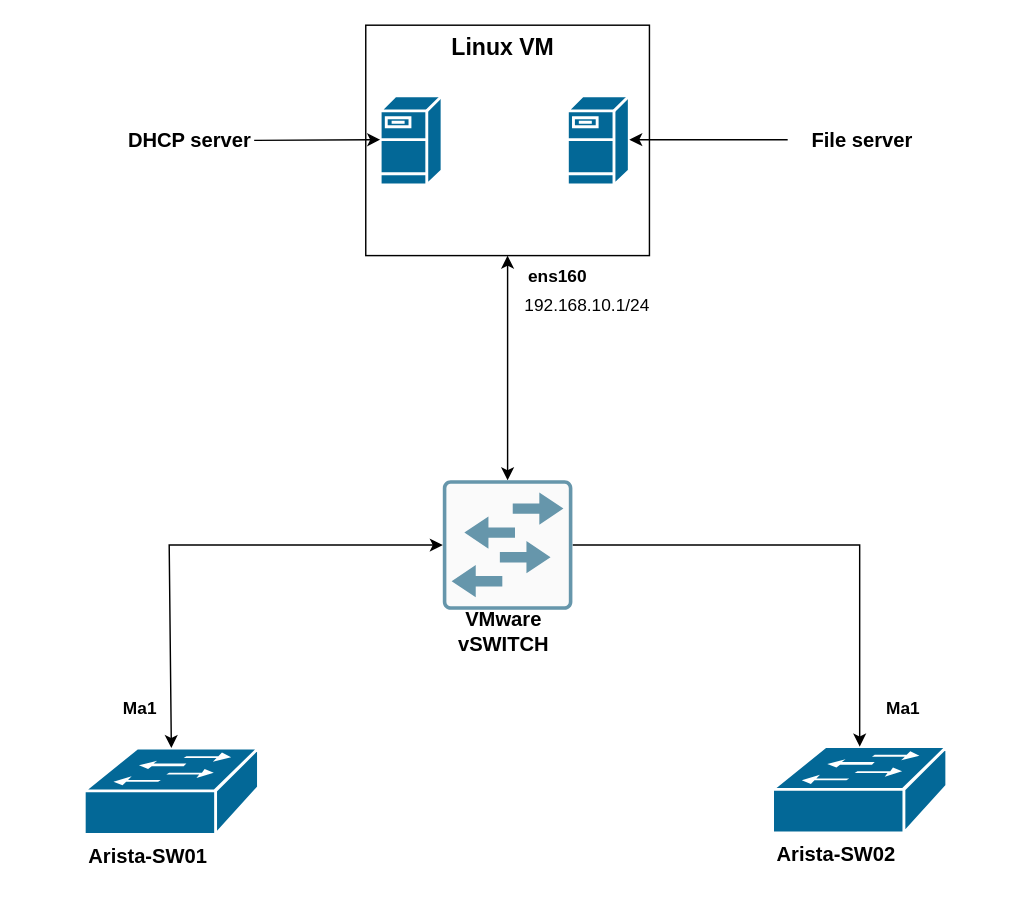
The draw.io diagram ZTP Provisioning for Arista/Arista_ZTP_diagram.drawio in OpentekyLab/Networking, before the edit. Source tidied: cells renumbered, new cells numbered last; positions are measured from the earlier drawing's top-left corner, leaving out a move shared by most shapes. Both pictures are drawn from the tidied source at 144%, with x=0, y=0 at pixel (84, 24).
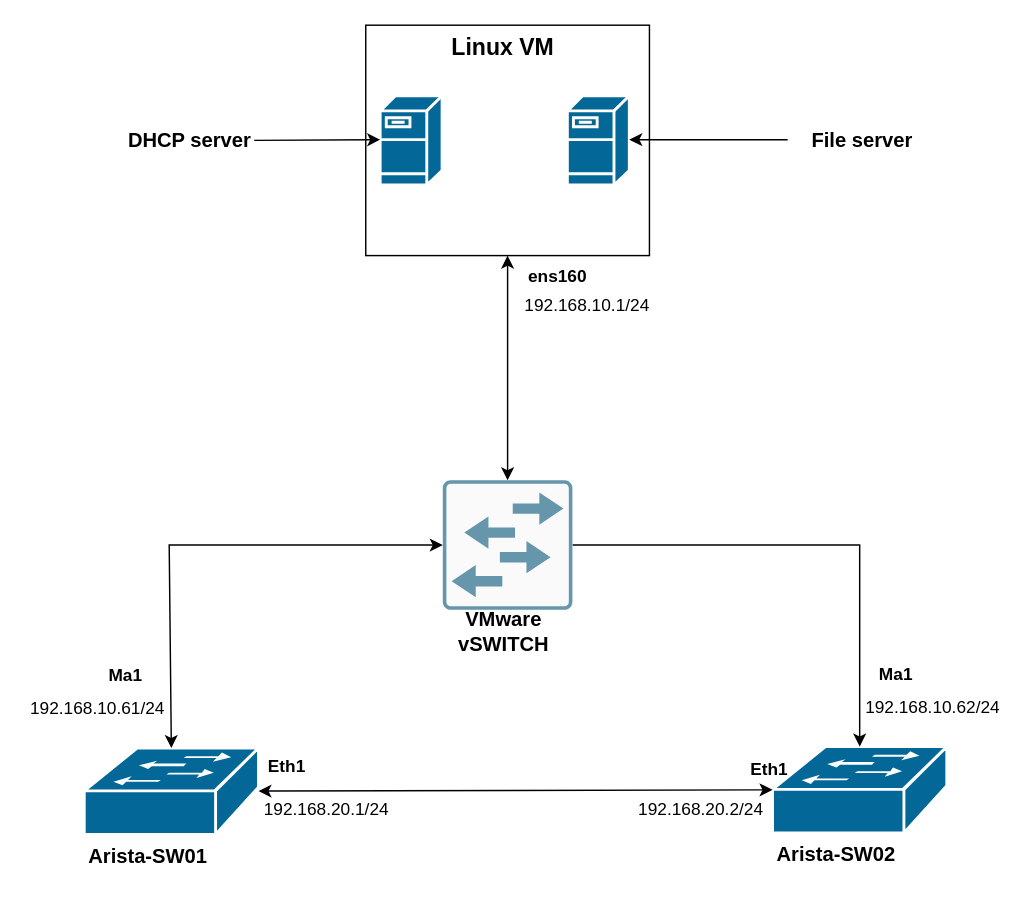
After the change.

The change refers to these unchanged cells:
```xml
<mxCell id="3" style="shape=mxgraph.cisco.switches.workgroup_switch;sketch=0;html=1;dashed=0;fillColor=#036897;strokeColor=#ffffff;strokeWidth=2;verticalLabelPosition=bottom;verticalAlign=top;align=center;outlineConnect=0;" parent="1" vertex="1">
  <mxGeometry y="502" width="121" height="60" as="geometry" />
</mxCell>
<mxCell id="4" style="shape=mxgraph.cisco.switches.workgroup_switch;sketch=0;html=1;dashed=0;fillColor=#036897;strokeColor=#ffffff;strokeWidth=2;verticalLabelPosition=bottom;verticalAlign=top;align=center;outlineConnect=0;" parent="1" vertex="1">
  <mxGeometry x="478" y="501" width="121" height="60" as="geometry" />
</mxCell>
```

The edit, as a diff of the source:
```diff
@@
     <mxCell id="20" value="&lt;b&gt;Ma1&lt;/b&gt;" style="text;strokeColor=none;align=center;fillColor=none;html=1;verticalAlign=middle;whiteSpace=wrap;rounded=0;" parent="1" vertex="1">
-      <mxGeometry x="9" y="460" width="60" height="30" as="geometry" />
+      <mxGeometry x="-1" y="439" width="60" height="26" as="geometry" />
     </mxCell>
     <mxCell id="21" value="&lt;b&gt;Ma1&lt;/b&gt;" style="text;strokeColor=none;align=center;fillColor=none;html=1;verticalAlign=middle;whiteSpace=wrap;rounded=0;" parent="1" vertex="1">
-      <mxGeometry x="539" y="460" width="60" height="30" as="geometry" />
+      <mxGeometry x="539" y="436" width="50" height="30" as="geometry" />
     </mxCell>
@@
+    <mxCell id="23" style="endArrow=classic;startArrow=classic;html=1;rounded=0;entryX=0;entryY=0.5;entryDx=0;entryDy=0;entryPerimeter=0;" parent="1" edge="1" source="3" target="4">
+      <mxGeometry relative="1" as="geometry" />
+    </mxCell>
+    <mxCell id="24" value="&lt;b&gt;Eth1&lt;/b&gt;" style="text;strokeColor=none;align=center;fillColor=none;html=1;verticalAlign=middle;whiteSpace=wrap;rounded=0;" parent="1" vertex="1">
+      <mxGeometry x="121" y="500" width="40" height="30" as="geometry" />
+    </mxCell>
+    <mxCell id="25" value="&lt;b&gt;Eth1&lt;/b&gt;" style="text;strokeColor=none;align=center;fillColor=none;html=1;verticalAlign=middle;whiteSpace=wrap;rounded=0;" parent="1" vertex="1">
+      <mxGeometry x="456" y="502" width="40" height="30" as="geometry" />
+    </mxCell>
+    <mxCell id="26" value="192.168.10.62/24" style="text;strokeColor=none;align=center;fillColor=none;html=1;verticalAlign=middle;whiteSpace=wrap;rounded=0;" parent="1" vertex="1">
+      <mxGeometry x="539" y="459" width="100.5" height="30" as="geometry" />
+    </mxCell>
+    <mxCell id="27" value="192.168.10.61/24" style="text;strokeColor=none;align=center;fillColor=none;html=1;verticalAlign=middle;whiteSpace=wrap;rounded=0;" parent="1" vertex="1">
+      <mxGeometry x="-41.5" y="460" width="100.5" height="30" as="geometry" />
+    </mxCell>
+    <mxCell id="28" value="192.168.20.2/24" style="text;strokeColor=none;align=center;fillColor=none;html=1;verticalAlign=middle;whiteSpace=wrap;rounded=0;" parent="1" vertex="1">
+      <mxGeometry x="377.5" y="530" width="100.5" height="30" as="geometry" />
+    </mxCell>
+    <mxCell id="29" value="192.168.20.1/24" style="text;strokeColor=none;align=center;fillColor=none;html=1;verticalAlign=middle;whiteSpace=wrap;rounded=0;" parent="1" vertex="1">
+      <mxGeometry x="118" y="530" width="100.5" height="30" as="geometry" />
+    </mxCell>
```
